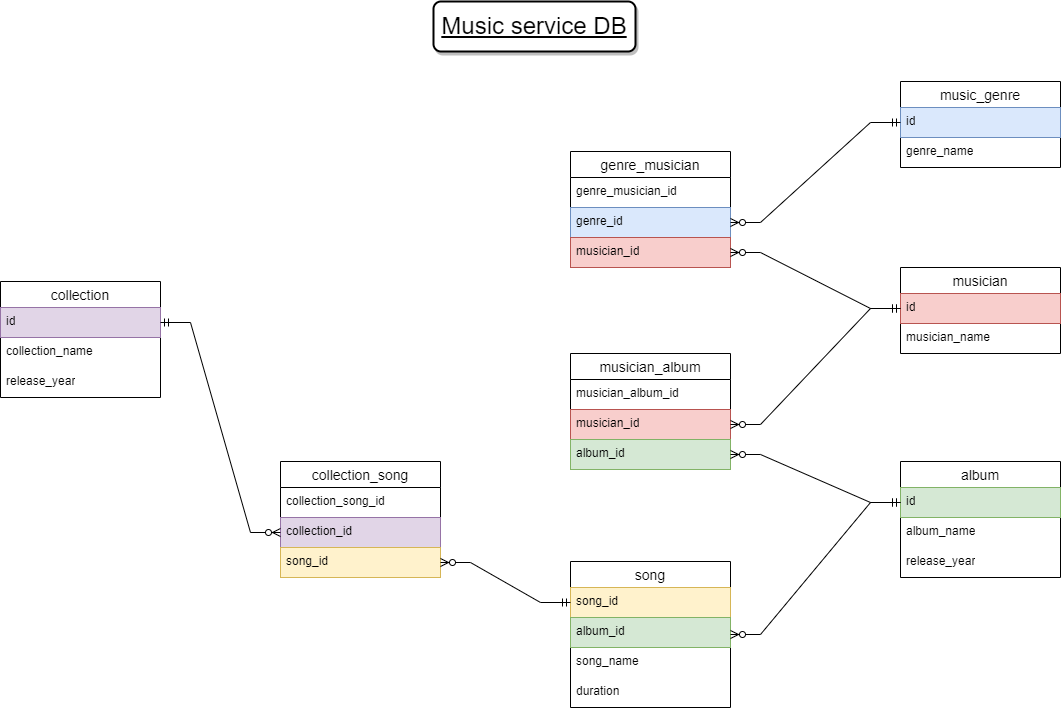
Before: Music_website.drawio.png, a diagram exported from draw.io (Opsik25/Music_website). Source tidied: cells renumbered, new cells last; positions are measured from the earlier drawing's top-left corner, leaving out a move shared by most shapes.
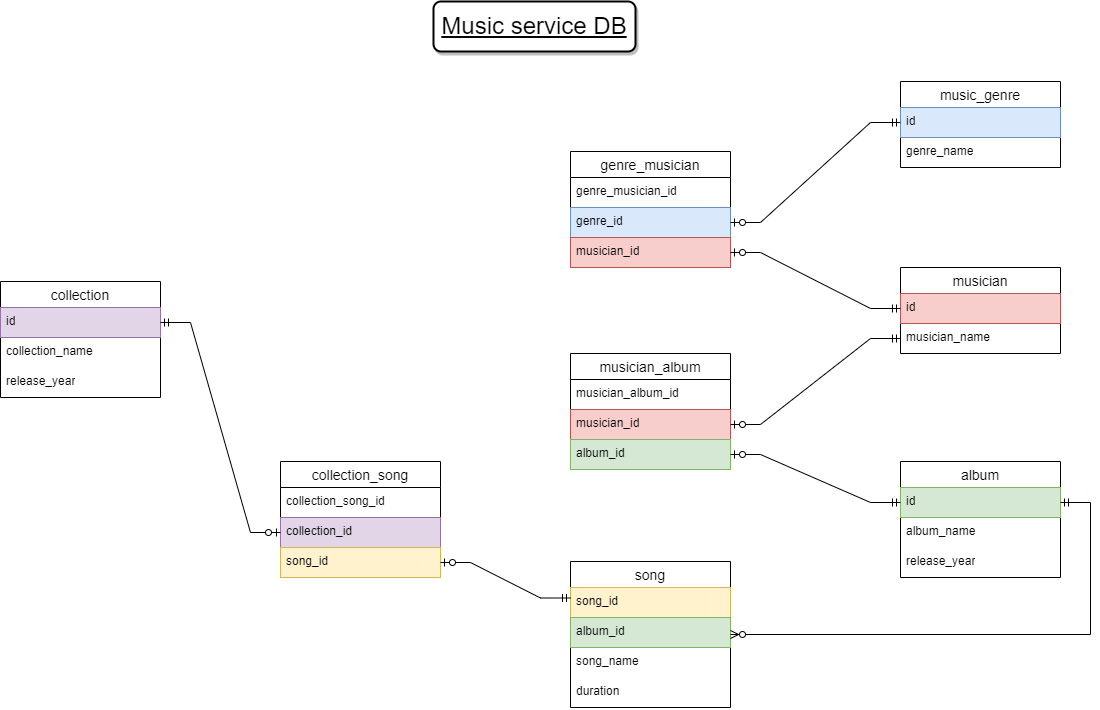
Later version of the same file.

What changed in the source:
```diff
@@ -98,55 +98,34 @@
     <mxCell id="33" value="release_year" style="text;strokeColor=none;fillColor=none;spacingLeft=4;spacingRight=4;overflow=hidden;fontSize=12;whiteSpace=wrap;html=1;" parent="30" vertex="1">
       <mxGeometry y="86" width="160" height="30" as="geometry" />
     </mxCell>
+    <mxCell id="40" style="edgeStyle=entityRelationEdgeStyle;fontSize=12;html=1;endArrow=ERzeroToMany;startArrow=ERmandOne;rounded=0;entryX=1;entryY=0.5;entryDx=0;entryDy=0;" parent="1" edge="1" target="21">
+      <mxGeometry relative="1" as="geometry">
+        <mxPoint x="1060" y="661" as="sourcePoint" />
+        <Array as="points">
+          <mxPoint x="870" y="670" />
+          <mxPoint x="930" y="750" />
+          <mxPoint x="1060" y="780" />
+          <mxPoint x="1460" y="169" />
+        </Array>
+      </mxGeometry>
+    </mxCell>
-    <mxCell id="34" style="edgeStyle=entityRelationEdgeStyle;fontSize=12;html=1;endArrow=ERzeroToMany;startArrow=ERmandOne;rounded=0;exitX=0;exitY=0.5;exitDx=0;exitDy=0;entryX=1;entryY=0.5;entryDx=0;entryDy=0;" parent="1" edge="1" source="4" target="11">
-      <mxGeometry relative="1" as="geometry">
-        <Array as="points">
-          <mxPoint x="900" />
-        </Array>
-      </mxGeometry>
+    <mxCell id="34" style="edgeStyle=entityRelationEdgeStyle;fontSize=12;html=1;endArrow=ERzeroToOne;startArrow=ERmandOne;rounded=0;exitX=0;exitY=0.5;exitDx=0;exitDy=0;entryX=1;entryY=0.5;entryDx=0;entryDy=0;" parent="1" edge="1" source="4" target="11">
+      <mxGeometry relative="1" as="geometry" />
     </mxCell>
-    <mxCell id="35" style="edgeStyle=entityRelationEdgeStyle;fontSize=12;html=1;endArrow=ERzeroToMany;startArrow=ERmandOne;rounded=0;exitX=0;exitY=0.5;exitDx=0;exitDy=0;entryX=1;entryY=0.5;entryDx=0;entryDy=0;" parent="1" edge="1" source="7" target="12">
-      <mxGeometry relative="1" as="geometry">
-        <Array as="points">
-          <mxPoint x="910" y="10" />
-        </Array>
-      </mxGeometry>
+    <mxCell id="35" style="edgeStyle=entityRelationEdgeStyle;fontSize=12;html=1;endArrow=ERzeroToOne;startArrow=ERmandOne;rounded=0;exitX=0;exitY=0.5;exitDx=0;exitDy=0;entryX=1;entryY=0.5;entryDx=0;entryDy=0;" parent="1" edge="1" source="7" target="12">
+      <mxGeometry relative="1" as="geometry" />
     </mxCell>
-    <mxCell id="36" style="edgeStyle=entityRelationEdgeStyle;fontSize=12;html=1;endArrow=ERzeroToMany;startArrow=ERmandOne;rounded=0;entryX=1;entryY=0.5;entryDx=0;entryDy=0;exitX=0;exitY=0.5;exitDx=0;exitDy=0;" parent="1" edge="1" source="7" target="19">
-      <mxGeometry relative="1" as="geometry">
-        <Array as="points">
-          <mxPoint x="920" y="20" />
-        </Array>
-      </mxGeometry>
-    </mxCell>
+    <mxCell id="41" style="edgeStyle=entityRelationEdgeStyle;fontSize=12;html=1;endArrow=ERzeroToOne;startArrow=ERmandOne;rounded=0;exitX=0;exitY=0.5;exitDx=0;exitDy=0;entryX=1;entryY=0.5;entryDx=0;entryDy=0;" parent="1" edge="1" source="8" target="19">
+      <mxGeometry relative="1" as="geometry" />
+    </mxCell>
-    <mxCell id="37" style="edgeStyle=entityRelationEdgeStyle;fontSize=12;html=1;endArrow=ERzeroToMany;startArrow=ERmandOne;rounded=0;entryX=1;entryY=0.5;entryDx=0;entryDy=0;exitX=0;exitY=0.5;exitDx=0;exitDy=0;" parent="1" edge="1" source="14" target="20">
-      <mxGeometry relative="1" as="geometry">
-        <Array as="points">
-          <mxPoint x="930" y="30" />
-        </Array>
-      </mxGeometry>
+    <mxCell id="37" style="edgeStyle=entityRelationEdgeStyle;fontSize=12;html=1;endArrow=ERzeroToOne;startArrow=ERmandOne;rounded=0;entryX=1;entryY=0.5;entryDx=0;entryDy=0;exitX=0;exitY=0.5;exitDx=0;exitDy=0;" parent="1" edge="1" source="14" target="20">
+      <mxGeometry relative="1" as="geometry" />
     </mxCell>
-    <mxCell id="38" style="edgeStyle=entityRelationEdgeStyle;fontSize=12;html=1;endArrow=ERzeroToMany;startArrow=ERmandOne;rounded=0;entryX=1;entryY=0.5;entryDx=0;entryDy=0;exitX=0;exitY=0.5;exitDx=0;exitDy=0;" parent="1" edge="1" source="22" target="29">
-      <mxGeometry relative="1" as="geometry">
-        <Array as="points">
-          <mxPoint x="940" y="40" />
-        </Array>
-      </mxGeometry>
-    </mxCell>
+    <mxCell id="42" style="edgeStyle=entityRelationEdgeStyle;fontSize=12;html=1;endArrow=ERzeroToOne;startArrow=ERmandOne;rounded=0;entryX=1;entryY=0.5;entryDx=0;entryDy=0;exitX=0;exitY=0.25;exitDx=0;exitDy=0;" parent="1" edge="1" source="21" target="29">
+      <mxGeometry relative="1" as="geometry" />
+    </mxCell>
-    <mxCell id="39" style="edgeStyle=entityRelationEdgeStyle;fontSize=12;html=1;endArrow=ERzeroToMany;startArrow=ERmandOne;rounded=0;entryX=0;entryY=0.5;entryDx=0;entryDy=0;exitX=1;exitY=0.5;exitDx=0;exitDy=0;" parent="1" edge="1" source="31" target="28">
-      <mxGeometry relative="1" as="geometry">
-        <Array as="points">
-          <mxPoint x="950" y="50" />
-        </Array>
-      </mxGeometry>
+    <mxCell id="39" style="edgeStyle=entityRelationEdgeStyle;fontSize=12;html=1;endArrow=ERzeroToOne;startArrow=ERmandOne;rounded=0;entryX=0;entryY=0.5;entryDx=0;entryDy=0;exitX=1;exitY=0.5;exitDx=0;exitDy=0;" parent="1" edge="1" source="31" target="28">
+      <mxGeometry relative="1" as="geometry" />
     </mxCell>
-    <mxCell id="40" style="edgeStyle=entityRelationEdgeStyle;fontSize=12;html=1;endArrow=ERzeroToMany;startArrow=ERmandOne;rounded=0;entryX=1;entryY=0.5;entryDx=0;entryDy=0;exitX=0;exitY=0.5;exitDx=0;exitDy=0;" parent="1" edge="1" source="14" target="21">
-      <mxGeometry relative="1" as="geometry">
-        <Array as="points">
-          <mxPoint x="870" y="670" />
-          <mxPoint x="1460" y="169" />
-        </Array>
-      </mxGeometry>
-    </mxCell>
   </root>
 </mxGraphModel>
```
